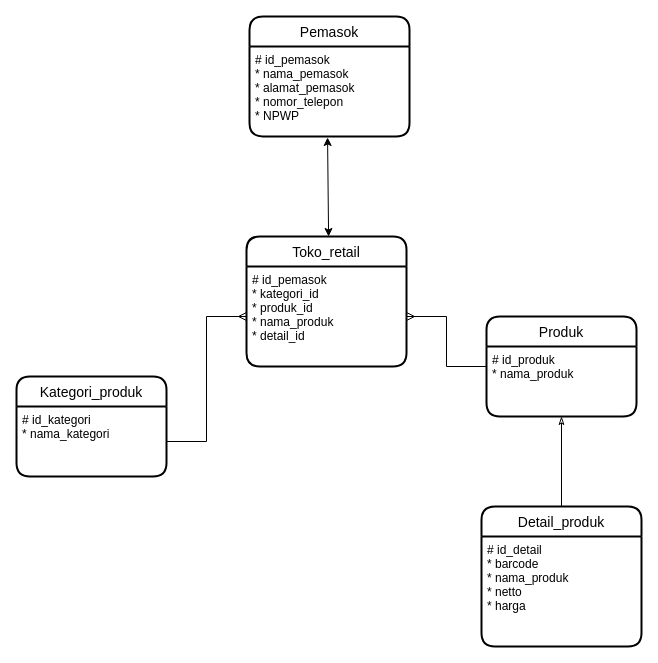
Above: page "Tugas-04-Basdat" (2 of 2) of Untitled Diagram.drawio in ivanwijayana/Tugas-Basis-Data (draw.io), before the change. Source tidied: cells renumbered, new cells numbered last; positions are measured from the earlier drawing's top-left corner, leaving out a move shared by most shapes. Both pictures are drawn from the tidied source at 100%, with x=0, y=0 at pixel (16, 16).
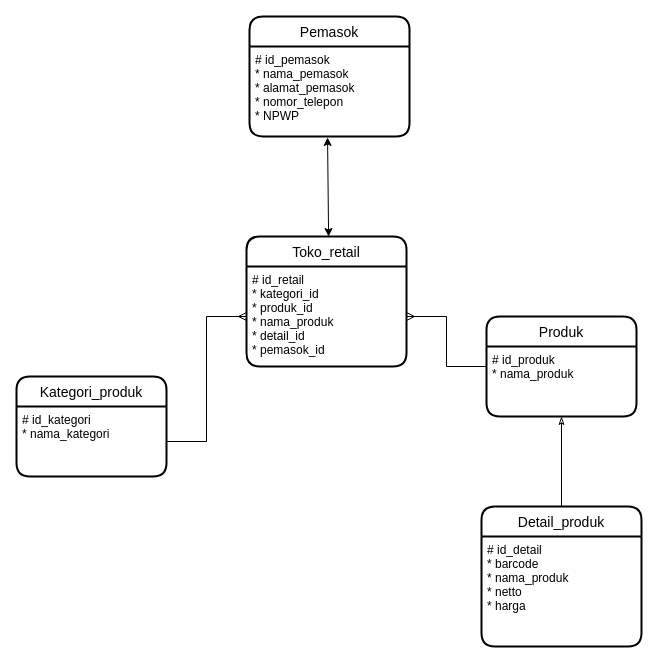
After the change.

What changed in the source:
```diff
@@
 <mxGraphModel>
   <root>
     <mxCell id="0" />
     <mxCell id="1" parent="0" />
     <mxCell id="2" style="edgeStyle=orthogonalEdgeStyle;rounded=0;jettySize=auto;html=1;entryX=1;entryY=0.5;entryDx=0;entryDy=0;endArrow=ERmany;endFill=0;" parent="1" edge="1" source="3" target="8">
       <mxGeometry relative="1" as="geometry" />
     </mxCell>
     <mxCell id="3" value="Produk" style="swimlane;horizontal=1;startSize=30;rounded=1;fontSize=14;fontStyle=0;strokeWidth=2;shadow=0;dashed=0;align=center;" parent="1" vertex="1">
       <mxGeometry x="470" y="300" width="150" height="100" as="geometry" />
     </mxCell>
     <mxCell id="4" value="# id_produk&#10;* nama_produk" style="align=left;strokeColor=none;fillColor=none;spacingLeft=4;fontSize=12;verticalAlign=top;" parent="3" vertex="1">
       <mxGeometry y="30" width="150" height="70" as="geometry" />
     </mxCell>
     <mxCell id="5" value="Kategori_produk" style="swimlane;horizontal=1;startSize=30;rounded=1;fontSize=14;fontStyle=0;strokeWidth=2;shadow=0;dashed=0;align=center;" parent="1" vertex="1">
       <mxGeometry y="360" width="150" height="100" as="geometry" />
     </mxCell>
     <mxCell id="6" value="# id_kategori&#10;* nama_kategori" style="align=left;strokeColor=none;fillColor=none;spacingLeft=4;fontSize=12;verticalAlign=top;" parent="5" vertex="1">
       <mxGeometry y="30" width="150" height="70" as="geometry" />
     </mxCell>
     <mxCell id="7" value="Toko_retail" style="swimlane;horizontal=1;startSize=30;rounded=1;fontSize=14;fontStyle=0;strokeWidth=2;shadow=0;dashed=0;align=center;" parent="1" vertex="1">
       <mxGeometry x="230" y="220" width="160" height="130" as="geometry" />
     </mxCell>
-    <mxCell id="8" value="# id_pemasok&#10;* kategori_id&#10;* produk_id&#10;* nama_produk&#10;* detail_id&#10;" style="align=left;strokeColor=none;fillColor=none;spacingLeft=4;fontSize=12;verticalAlign=top;" parent="7" vertex="1">
+    <mxCell id="8" value="# id_retail&#10;* kategori_id&#10;* produk_id&#10;* nama_produk&#10;* detail_id&#10;* pemasok_id&#10;" style="align=left;strokeColor=none;fillColor=none;spacingLeft=4;fontSize=12;verticalAlign=top;" parent="7" vertex="1">
       <mxGeometry y="30" width="160" height="100" as="geometry" />
     </mxCell>
     <mxCell id="9" style="edgeStyle=orthogonalEdgeStyle;rounded=0;jettySize=auto;html=1;entryX=0.5;entryY=1;entryDx=0;entryDy=0;endArrow=classicThin;endFill=0;" parent="1" edge="1" source="10" target="4">
       <mxGeometry relative="1" as="geometry" />
     </mxCell>
     <mxCell id="10" value="Detail_produk" style="swimlane;horizontal=1;startSize=30;rounded=1;fontSize=14;fontStyle=0;strokeWidth=2;shadow=0;dashed=0;align=center;" parent="1" vertex="1">
       <mxGeometry x="465" y="490" width="160" height="140" as="geometry" />
     </mxCell>
     <mxCell id="11" value="# id_detail&#10;* barcode&#10;* nama_produk&#10;* netto&#10;* harga" style="align=left;strokeColor=none;fillColor=none;spacingLeft=4;fontSize=12;verticalAlign=top;" parent="10" vertex="1">
       <mxGeometry y="30" width="160" height="110" as="geometry" />
     </mxCell>
     <mxCell id="12" style="edgeStyle=orthogonalEdgeStyle;rounded=0;jettySize=auto;html=1;entryX=0;entryY=0.5;entryDx=0;entryDy=0;endArrow=ERmany;endFill=0;" parent="1" edge="1" source="6" target="8">
       <mxGeometry relative="1" as="geometry" />
     </mxCell>
     <mxCell id="13" value="Pemasok" style="swimlane;horizontal=1;startSize=30;rounded=1;fontSize=14;fontStyle=0;strokeWidth=2;shadow=0;dashed=0;align=center;" parent="1" vertex="1">
       <mxGeometry x="233" width="160" height="120" as="geometry" />
     </mxCell>
     <mxCell id="14" value="# id_pemasok&#10;* nama_pemasok&#10;* alamat_pemasok&#10;* nomor_telepon&#10;* NPWP" style="align=left;strokeColor=none;fillColor=none;spacingLeft=4;fontSize=12;verticalAlign=top;" parent="13" vertex="1">
       <mxGeometry y="30" width="160" height="90" as="geometry" />
     </mxCell>
     <mxCell id="15" style="endArrow=classic;startArrow=classic;html=1;rounded=0;entryX=0.488;entryY=1.011;entryDx=0;entryDy=0;entryPerimeter=0;exitX=0.513;exitY=0;exitDx=0;exitDy=0;exitPerimeter=0;" parent="1" edge="1" source="7" target="14">
       <mxGeometry relative="1" as="geometry" />
     </mxCell>
   </root>
 </mxGraphModel>
```
